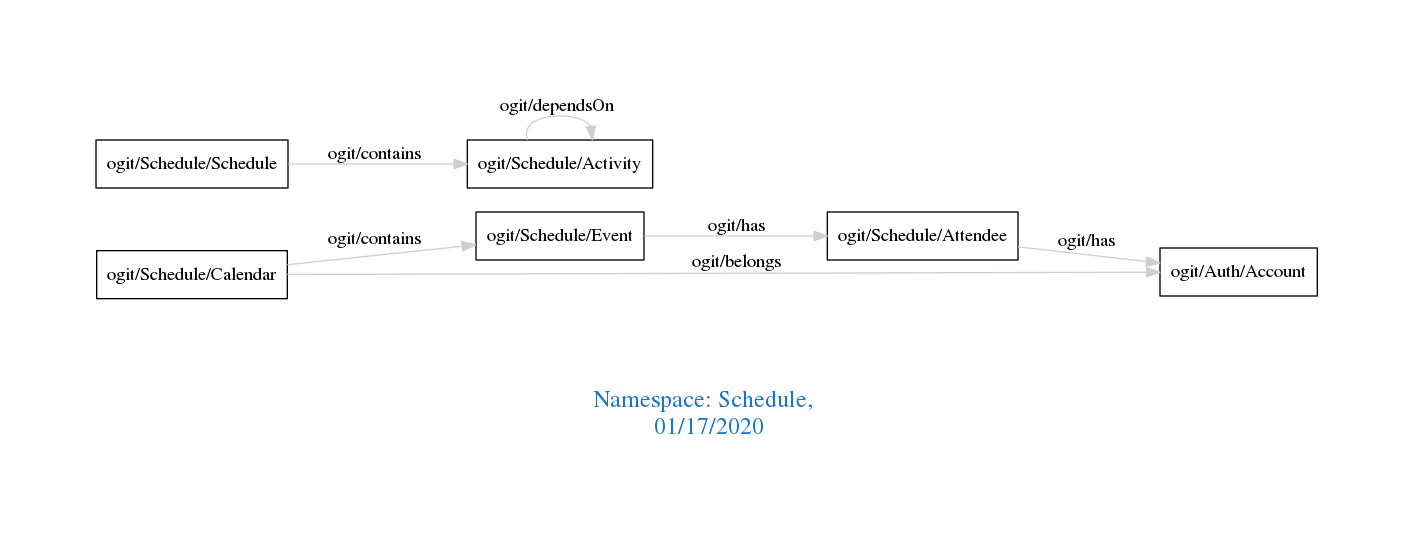
Earlier version of the Graphviz export downloads/Schedule.png (arago/OGIT). Its source is kept beside it as downloads/Schedule.dot.
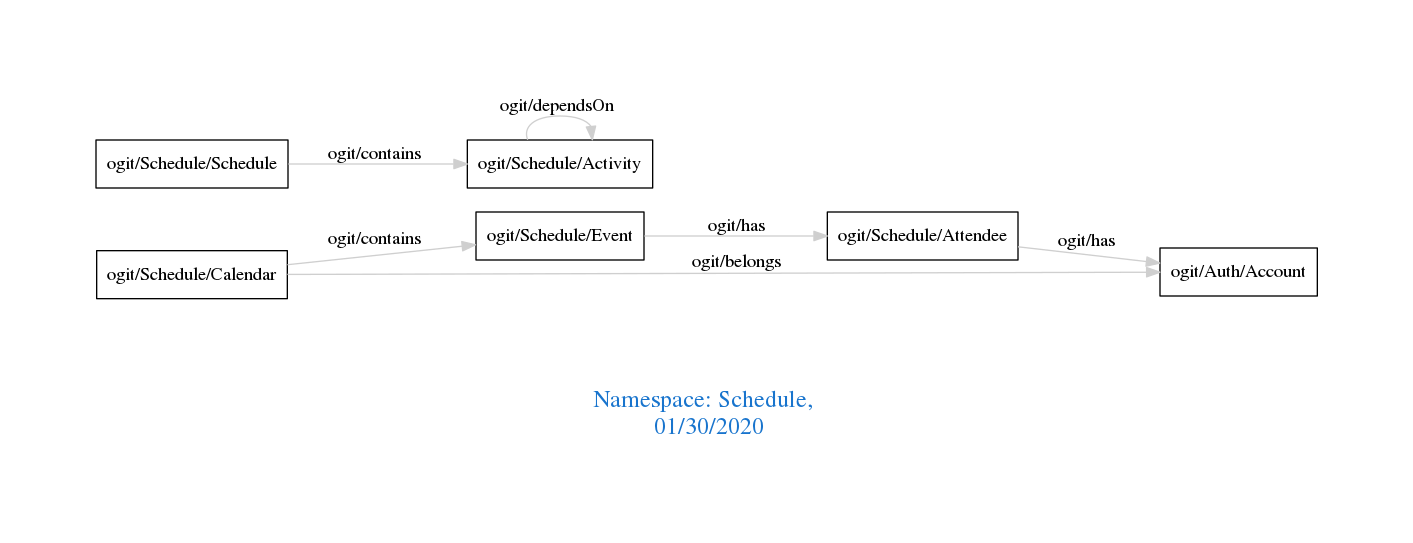
The same file after the commit.

What changed in the source:
```diff
@@ -1,7 +1,7 @@
 digraph OGIT_ontology {
  graph [ rankdir= LR,pad=1
 fontsize = 18,
-fontcolor= dodgerblue3,label = "\n\n\nNamespace: Schedule, \n 01/17/2020"];
+fontcolor= dodgerblue3,label = "\n\n\nNamespace: Schedule, \n 01/30/2020"];
 node[shape=polygon];
 edge [  color="gray81"];
 
```
